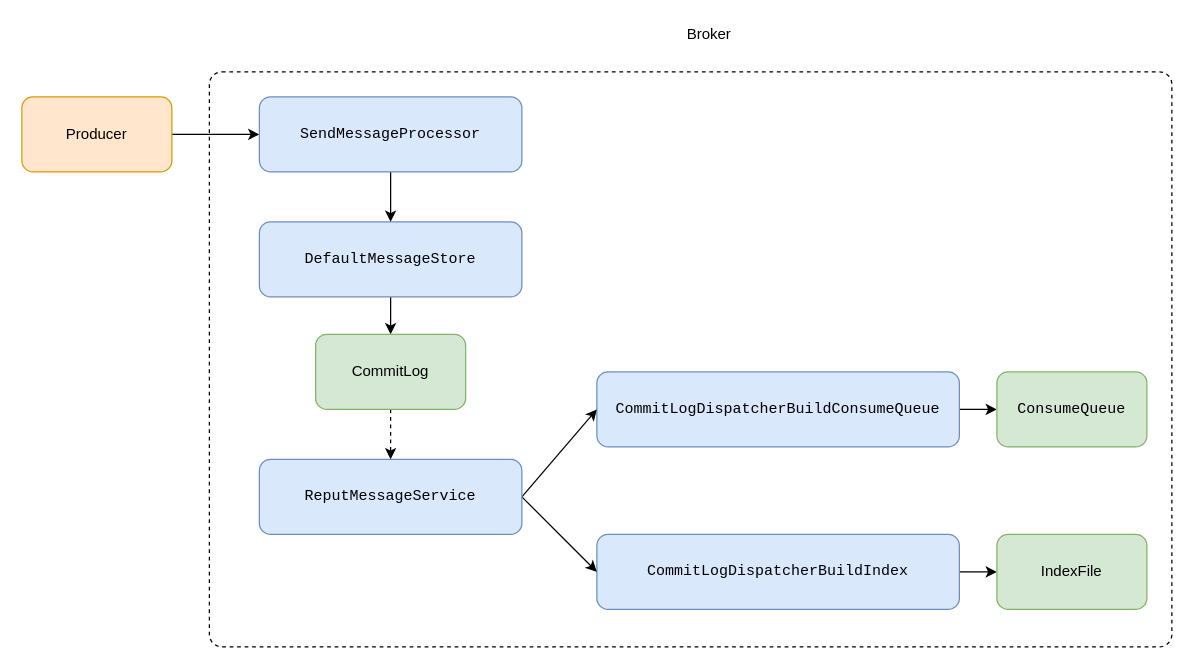
erlieStar/diagrams keeps this draw.io diagram as rocketmq/broker消息存储流程.drawio. Above is the earlier version. Source tidied: cells renumbered, new cells numbered last; positions are measured from the earlier drawing's top-left corner, leaving out a move shared by most shapes. Both pictures are drawn from the tidied source at 125%, with x=0, y=0 at pixel (21, 21).
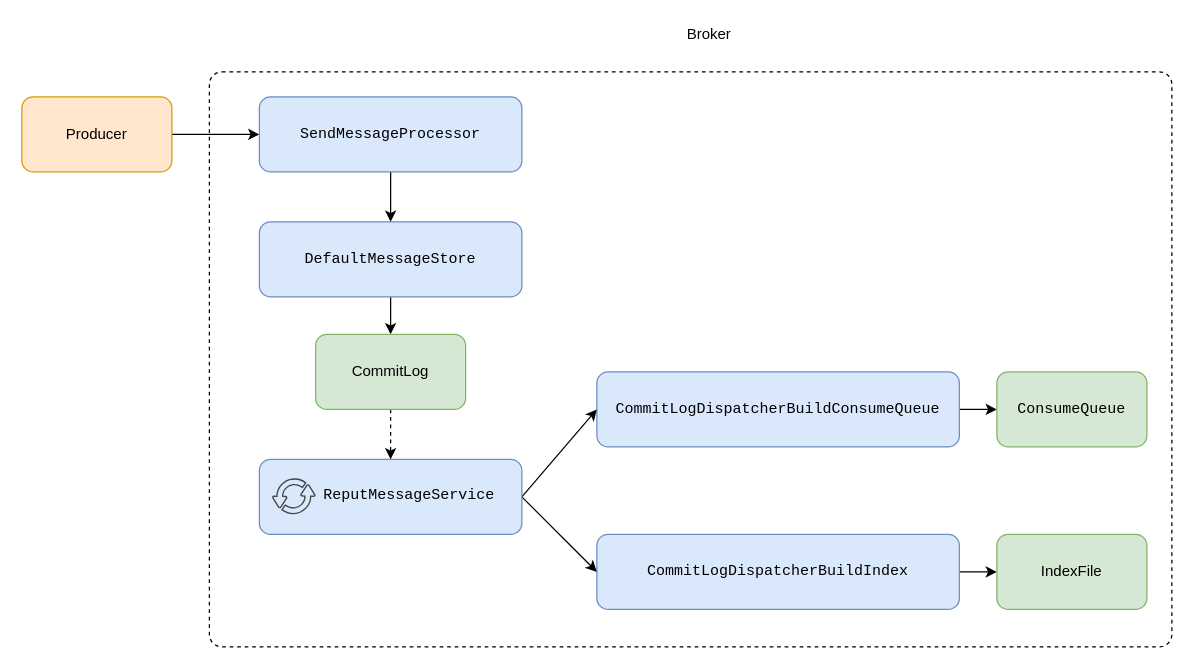
After the change.

What changed in the source:
```diff
@@
-    <mxCell id="11" value="&lt;pre&gt;&lt;pre&gt;ReputMessageService&lt;/pre&gt;&lt;/pre&gt;" style="rounded=1;whiteSpace=wrap;html=1;fillColor=#dae8fc;strokeColor=#6c8ebf;" parent="1" vertex="1">
+    <mxCell id="11" value="&lt;pre&gt;&lt;pre&gt;&lt;br&gt;&lt;/pre&gt;&lt;/pre&gt;" style="rounded=1;whiteSpace=wrap;html=1;fillColor=#dae8fc;strokeColor=#6c8ebf;" parent="1" vertex="1">
       <mxGeometry x="190" y="350" width="210" height="60" as="geometry" />
     </mxCell>
@@
+    <mxCell id="21" style="sketch=0;shadow=0;dashed=0;html=1;strokeColor=none;fillColor=#434445;labelPosition=center;verticalLabelPosition=bottom;verticalAlign=top;align=center;shape=mxgraph.vvd.business_continuity_data_protection;" parent="1" vertex="1">
+      <mxGeometry x="200.1" y="365" width="34.9" height="30" as="geometry" />
+    </mxCell>
+    <mxCell id="22" value="&lt;pre&gt;ReputMessageService&lt;/pre&gt;" style="text;html=1;strokeColor=none;fillColor=none;align=center;verticalAlign=middle;whiteSpace=wrap;rounded=0;" parent="1" vertex="1">
+      <mxGeometry x="280" y="364" width="60" height="30" as="geometry" />
+    </mxCell>
```
